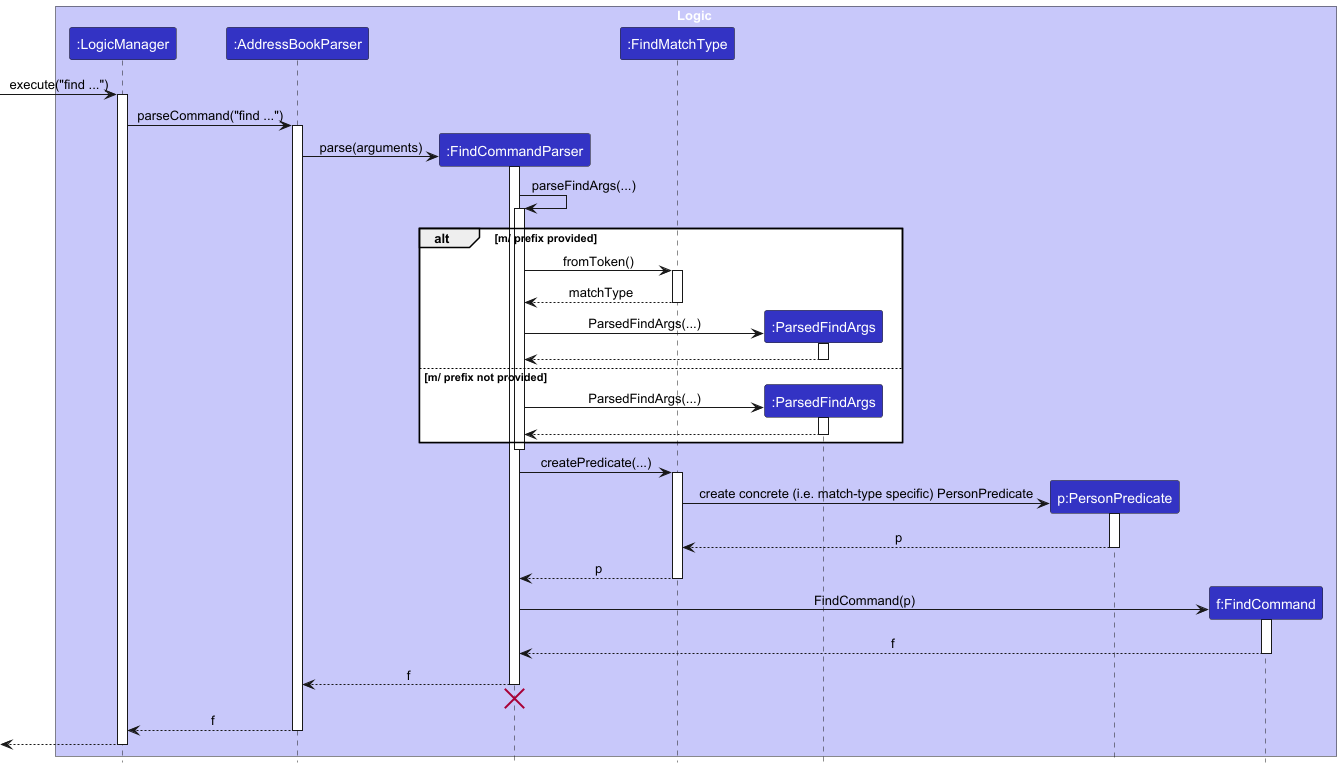
Taiz2000/tp keeps this PlantUML diagram as docs/images/FindCommandParsingSequenceDiagram.png. Above is the earlier version. Source of this version:
```plantuml
@startuml
!include style.puml
skinparam ArrowFontStyle plain

box Logic LOGIC_COLOR_T1
participant ":LogicManager" as LogicManager LOGIC_COLOR
participant ":AddressBookParser" as AddressBookParser LOGIC_COLOR
participant ":FindCommandParser" as FindCommandParser LOGIC_COLOR
participant ":FindMatchType" as FindMatchType LOGIC_COLOR
participant ":ParsedFindArgs" as ParsedFindArgs LOGIC_COLOR
participant "p:PersonPredicate" as PersonPredicate LOGIC_COLOR
participant "f:FindCommand" as FindCommand LOGIC_COLOR
end box

[-> LogicManager : execute("find ...")
activate LogicManager

LogicManager -> AddressBookParser : parseCommand("find ...")
activate AddressBookParser

create FindCommandParser
AddressBookParser -> FindCommandParser : parse(arguments)
activate FindCommandParser

FindCommandParser -> FindCommandParser : parseFindArgs(...)
activate FindCommandParser
alt m/ prefix provided
    FindCommandParser -> FindMatchType : fromToken()
    activate FindMatchType
    FindMatchType --> FindCommandParser : matchType
    deactivate FindMatchType
    create ParsedFindArgs
    FindCommandParser -> ParsedFindArgs : ParsedFindArgs(...)
    activate ParsedFindArgs
    ParsedFindArgs --> FindCommandParser :
    deactivate ParsedFindArgs
else m/ prefix not provided
    create ParsedFindArgs
    FindCommandParser -> ParsedFindArgs : ParsedFindArgs(...)
    activate ParsedFindArgs
    ParsedFindArgs --> FindCommandParser :
    deactivate ParsedFindArgs
end
deactivate FindCommandParser

FindCommandParser -> FindMatchType : createPredicate(...)
activate FindMatchType
create PersonPredicate
FindMatchType -> PersonPredicate : create concrete (i.e. match-type specific) PersonPredicate
activate PersonPredicate
PersonPredicate --> FindMatchType : p
deactivate PersonPredicate
FindMatchType --> FindCommandParser : p
deactivate FindMatchType

create FindCommand
FindCommandParser -> FindCommand : FindCommand(p)
activate FindCommand
FindCommand --> FindCommandParser : f
deactivate FindCommand

FindCommandParser --> AddressBookParser : f
deactivate FindCommandParser
FindCommandParser -[hidden]-> AddressBookParser
destroy FindCommandParser

AddressBookParser --> LogicManager : f
deactivate AddressBookParser

[<--LogicManager
deactivate LogicManager
@enduml
```
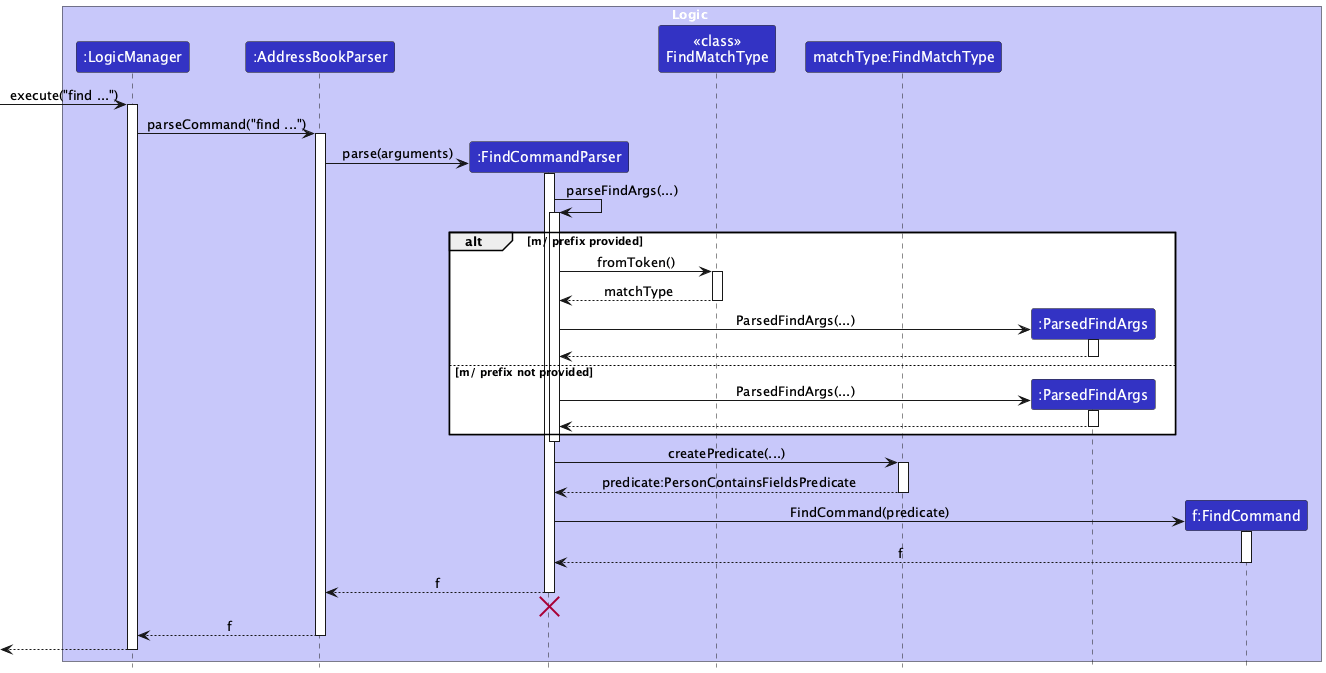
After the change.

Commit message:
enforce logical consistency between UML and code

The edit, as a diff of the source:
```diff
@@ -6,9 +6,9 @@
 participant ":LogicManager" as LogicManager LOGIC_COLOR
 participant ":AddressBookParser" as AddressBookParser LOGIC_COLOR
 participant ":FindCommandParser" as FindCommandParser LOGIC_COLOR
-participant ":FindMatchType" as FindMatchType LOGIC_COLOR
+participant "<<class>>\nFindMatchType" as FindMatchTypeClass LOGIC_COLOR
+participant "matchType:FindMatchType" as FindMatchType LOGIC_COLOR
 participant ":ParsedFindArgs" as ParsedFindArgs LOGIC_COLOR
-participant "p:PersonPredicate" as PersonPredicate LOGIC_COLOR
 participant "f:FindCommand" as FindCommand LOGIC_COLOR
 end box
 
@@ -25,10 +25,10 @@
 FindCommandParser -> FindCommandParser : parseFindArgs(...)
 activate FindCommandParser
 alt m/ prefix provided
-    FindCommandParser -> FindMatchType : fromToken()
-    activate FindMatchType
-    FindMatchType --> FindCommandParser : matchType
-    deactivate FindMatchType
+    FindCommandParser -> FindMatchTypeClass : fromToken()
+    activate FindMatchTypeClass
+    FindMatchTypeClass --> FindCommandParser : matchType
+    deactivate FindMatchTypeClass
     create ParsedFindArgs
     FindCommandParser -> ParsedFindArgs : ParsedFindArgs(...)
     activate ParsedFindArgs
@@ -45,16 +45,11 @@
 
 FindCommandParser -> FindMatchType : createPredicate(...)
 activate FindMatchType
-create PersonPredicate
-FindMatchType -> PersonPredicate : create concrete (i.e. match-type specific) PersonPredicate
-activate PersonPredicate
-PersonPredicate --> FindMatchType : p
-deactivate PersonPredicate
-FindMatchType --> FindCommandParser : p
+FindMatchType --> FindCommandParser : predicate:PersonContainsFieldsPredicate
 deactivate FindMatchType
 
 create FindCommand
-FindCommandParser -> FindCommand : FindCommand(p)
+FindCommandParser -> FindCommand : FindCommand(predicate)
 activate FindCommand
 FindCommand --> FindCommandParser : f
 deactivate FindCommand
```
